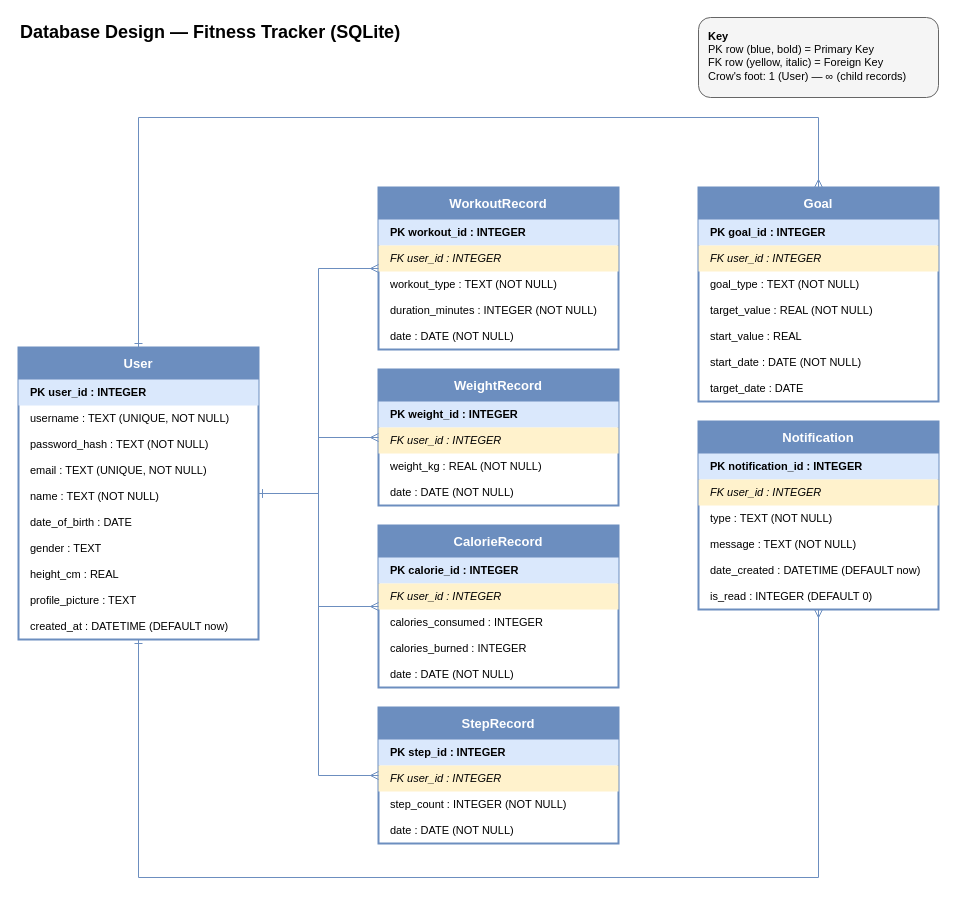
Before: page "Database Design" (3 of 3) of docs/hierarchy diagram and UI.drawio in hanna-cpu/nea_fitness_tracker, a draw.io diagram. Source tidied: cells renumbered, new cells numbered last; positions are measured from the earlier drawing's top-left corner, leaving out a move shared by most shapes. Both pictures are drawn from the tidied source at 100%, with x=0, y=0 at pixel (18, 17).
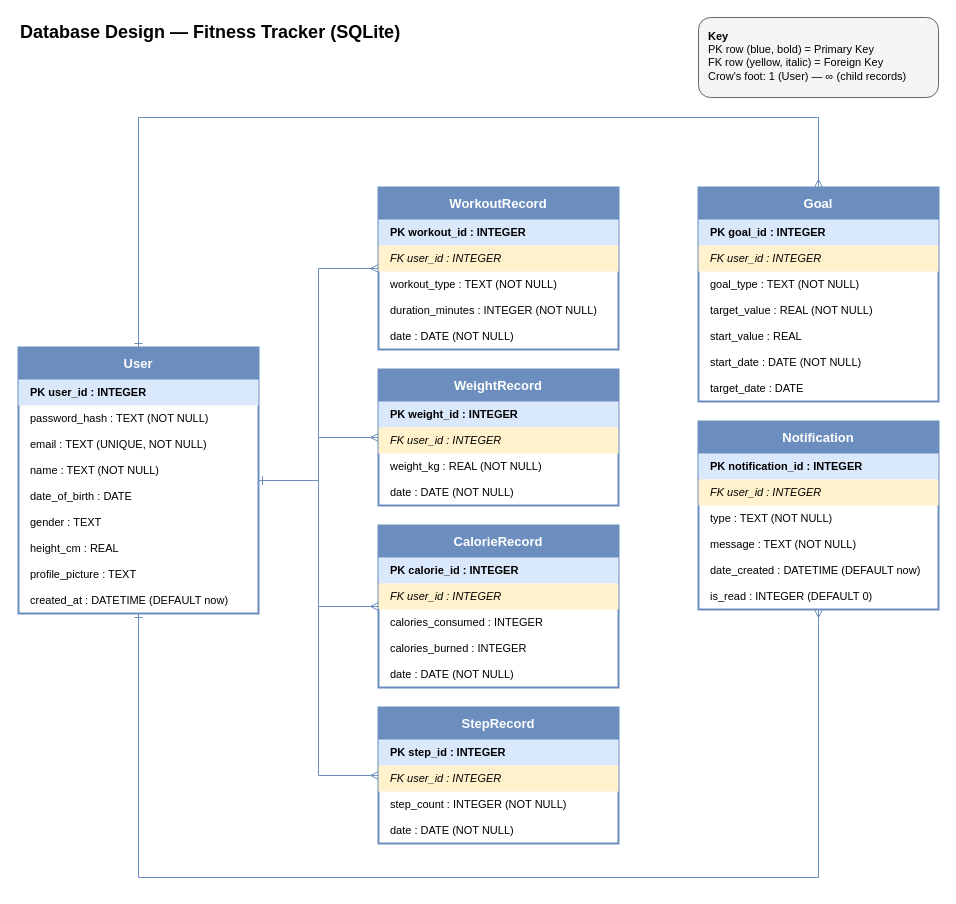
After the change.

What changed in the source:
```diff
@@
     <mxCell id="4" style="rounded=0;whiteSpace=wrap;html=1;fillColor=#ffffff;strokeColor=#6c8ebf;strokeWidth=2;" parent="1" vertex="1">
-      <mxGeometry y="330" width="240" height="292" as="geometry" />
+      <mxGeometry y="330" width="240" height="266" as="geometry" />
     </mxCell>
@@
-    <mxCell id="7" value="username : TEXT (UNIQUE, NOT NULL)" style="rounded=0;whiteSpace=wrap;html=1;align=left;verticalAlign=middle;spacingLeft=10;fontSize=11;strokeColor=none;fillColor=none;" parent="1" vertex="1">
-      <mxGeometry y="388" width="240" height="26" as="geometry" />
-    </mxCell>
     <mxCell id="8" value="password_hash : TEXT (NOT NULL)" style="rounded=0;whiteSpace=wrap;html=1;align=left;verticalAlign=middle;spacingLeft=10;fontSize=11;strokeColor=none;fillColor=none;" parent="1" vertex="1">
-      <mxGeometry y="414" width="240" height="26" as="geometry" />
+      <mxGeometry y="388" width="240" height="26" as="geometry" />
     </mxCell>
     <mxCell id="9" value="email : TEXT (UNIQUE, NOT NULL)" style="rounded=0;whiteSpace=wrap;html=1;align=left;verticalAlign=middle;spacingLeft=10;fontSize=11;strokeColor=none;fillColor=none;" parent="1" vertex="1">
-      <mxGeometry y="440" width="240" height="26" as="geometry" />
+      <mxGeometry y="414" width="240" height="26" as="geometry" />
     </mxCell>
     <mxCell id="10" value="name : TEXT (NOT NULL)" style="rounded=0;whiteSpace=wrap;html=1;align=left;verticalAlign=middle;spacingLeft=10;fontSize=11;strokeColor=none;fillColor=none;" parent="1" vertex="1">
-      <mxGeometry y="466" width="240" height="26" as="geometry" />
+      <mxGeometry y="440" width="240" height="26" as="geometry" />
     </mxCell>
     <mxCell id="11" value="date_of_birth : DATE" style="rounded=0;whiteSpace=wrap;html=1;align=left;verticalAlign=middle;spacingLeft=10;fontSize=11;strokeColor=none;fillColor=none;" parent="1" vertex="1">
-      <mxGeometry y="492" width="240" height="26" as="geometry" />
+      <mxGeometry y="466" width="240" height="26" as="geometry" />
     </mxCell>
     <mxCell id="12" value="gender : TEXT" style="rounded=0;whiteSpace=wrap;html=1;align=left;verticalAlign=middle;spacingLeft=10;fontSize=11;strokeColor=none;fillColor=none;" parent="1" vertex="1">
-      <mxGeometry y="518" width="240" height="26" as="geometry" />
+      <mxGeometry y="492" width="240" height="26" as="geometry" />
     </mxCell>
     <mxCell id="13" value="height_cm : REAL" style="rounded=0;whiteSpace=wrap;html=1;align=left;verticalAlign=middle;spacingLeft=10;fontSize=11;strokeColor=none;fillColor=none;" parent="1" vertex="1">
-      <mxGeometry y="544" width="240" height="26" as="geometry" />
+      <mxGeometry y="518" width="240" height="26" as="geometry" />
     </mxCell>
     <mxCell id="14" value="profile_picture : TEXT" style="rounded=0;whiteSpace=wrap;html=1;align=left;verticalAlign=middle;spacingLeft=10;fontSize=11;strokeColor=none;fillColor=none;" parent="1" vertex="1">
-      <mxGeometry y="570" width="240" height="26" as="geometry" />
+      <mxGeometry y="544" width="240" height="26" as="geometry" />
     </mxCell>
     <mxCell id="15" value="created_at : DATETIME (DEFAULT now)" style="rounded=0;whiteSpace=wrap;html=1;align=left;verticalAlign=middle;spacingLeft=10;fontSize=11;strokeColor=none;fillColor=none;" parent="1" vertex="1">
-      <mxGeometry y="596" width="240" height="26" as="geometry" />
+      <mxGeometry y="570" width="240" height="26" as="geometry" />
     </mxCell>
```
